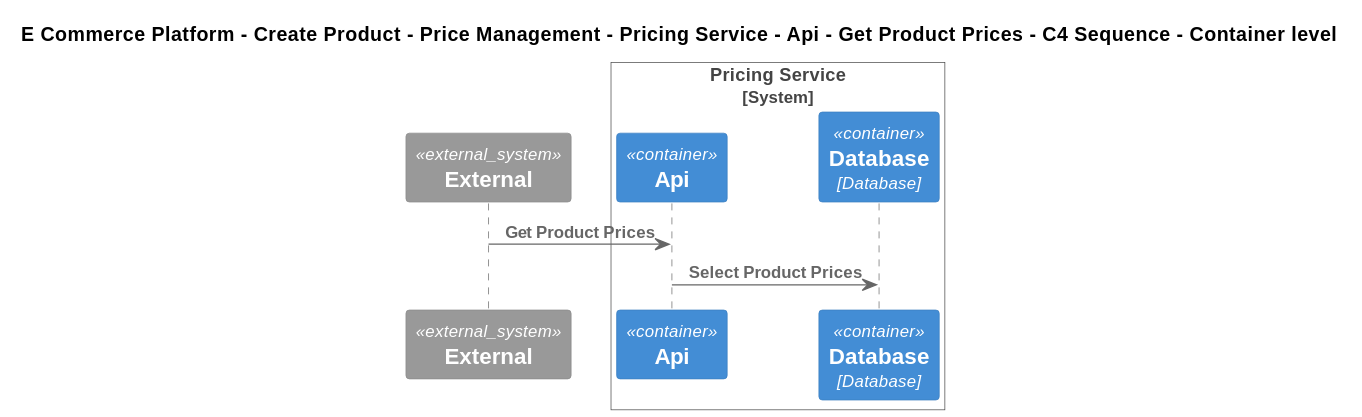
This is Samples/E-Commerce Platform/Yaml/Diagrams/E Commerce Platform/Create Product/Price Management/Software Systems/Pricing Service/Containers/Api/Interfaces/Get Product Prices/Container - C4 Sequence.svg from mnadenysenko/C4InterFlow, a PlantUML export, as it was before one commit. Source of this version:
```plantuml
@startuml
!include ..\..\..\..\..\..\..\..\..\.c4s\C4_Sequence.puml
SHOW_FOOT_BOXES()

title E Commerce Platform - Create Product - Price Management - Pricing Service - Api - Get Product Prices - C4 Sequence - Container level

System_Ext(C4InterFlow.SoftwareSystems.ExternalSystem, "External", "")

System_Boundary(ECommercePlatform.CreateProduct.PriceManagement.SoftwareSystems.PricingService, "Pricing Service")
    Container(ECommercePlatform.CreateProduct.PriceManagement.SoftwareSystems.PricingService.Containers.Api, "Api", "", "")
    ContainerDb(ECommercePlatform.CreateProduct.PriceManagement.SoftwareSystems.PricingService.Containers.Database, "Database", "Database", "")
Boundary_End()

Rel(C4InterFlow.SoftwareSystems.ExternalSystem, ECommercePlatform.CreateProduct.PriceManagement.SoftwareSystems.PricingService.Containers.Api, "Get Product Prices")
Rel(ECommercePlatform.CreateProduct.PriceManagement.SoftwareSystems.PricingService.Containers.Api, ECommercePlatform.CreateProduct.PriceManagement.SoftwareSystems.PricingService.Containers.Database, "Select Product Prices")
@enduml
```
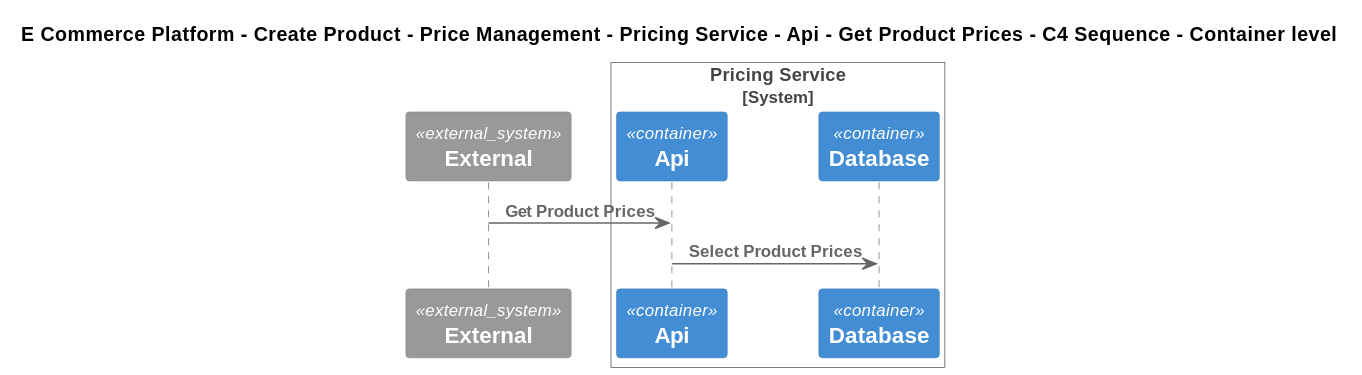
After the change.

What changed in the source:
```diff
@@ -8,7 +8,7 @@
 
 System_Boundary(ECommercePlatform.CreateProduct.PriceManagement.SoftwareSystems.PricingService, "Pricing Service")
     Container(ECommercePlatform.CreateProduct.PriceManagement.SoftwareSystems.PricingService.Containers.Api, "Api", "", "")
-    ContainerDb(ECommercePlatform.CreateProduct.PriceManagement.SoftwareSystems.PricingService.Containers.Database, "Database", "Database", "")
+    ContainerDb(ECommercePlatform.CreateProduct.PriceManagement.SoftwareSystems.PricingService.Containers.Database, "Database", "", "")
 Boundary_End()
 
 Rel(C4InterFlow.SoftwareSystems.ExternalSystem, ECommercePlatform.CreateProduct.PriceManagement.SoftwareSystems.PricingService.Containers.Api, "Get Product Prices")
```
